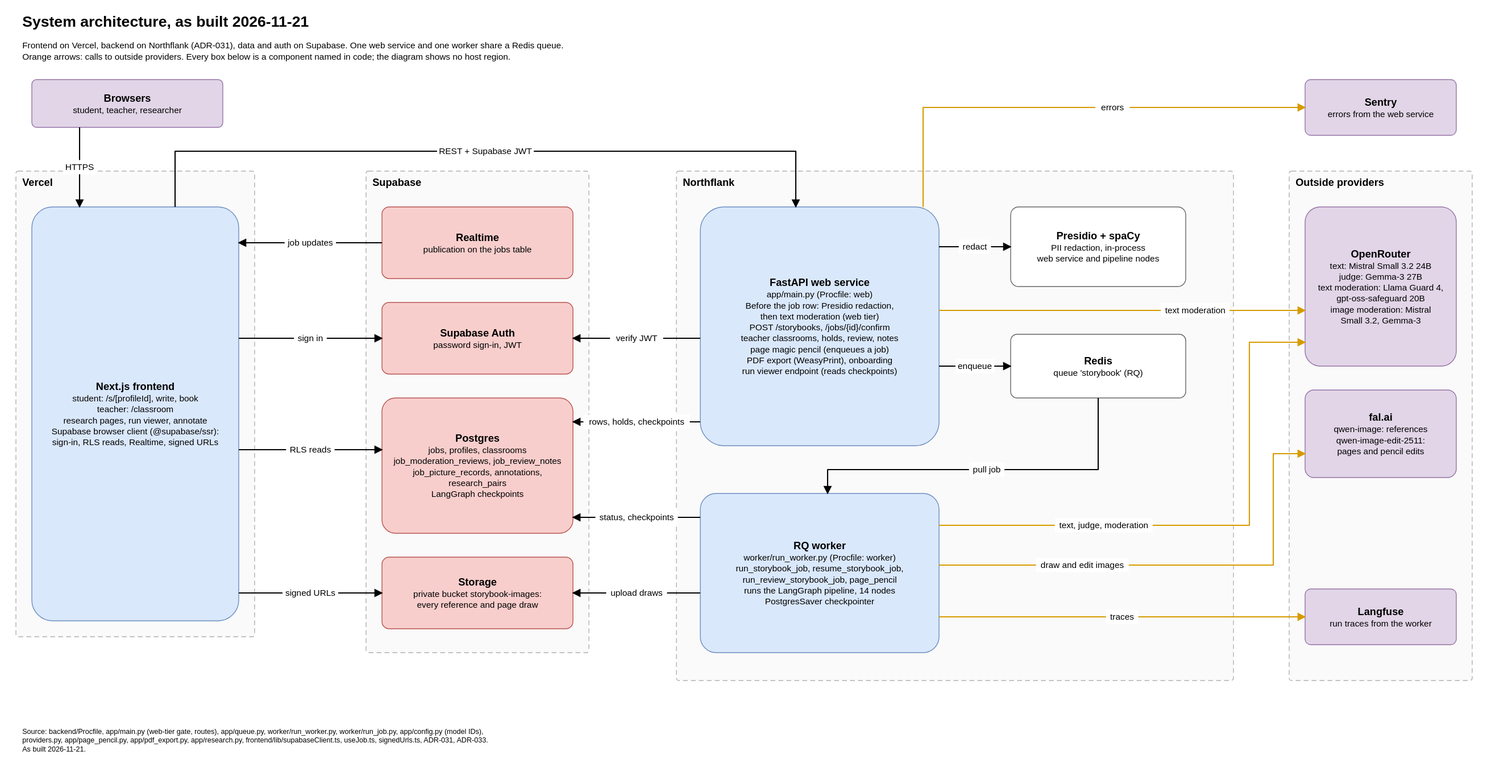
Above: docs/diagrams/drawio/system_architecture.drawio.svg in Hanseooo/story-buddy (draw.io), before the change. Source tidied: cells renumbered, new cells last; positions are measured from the earlier drawing's top-left corner, leaving out a move shared by most shapes.
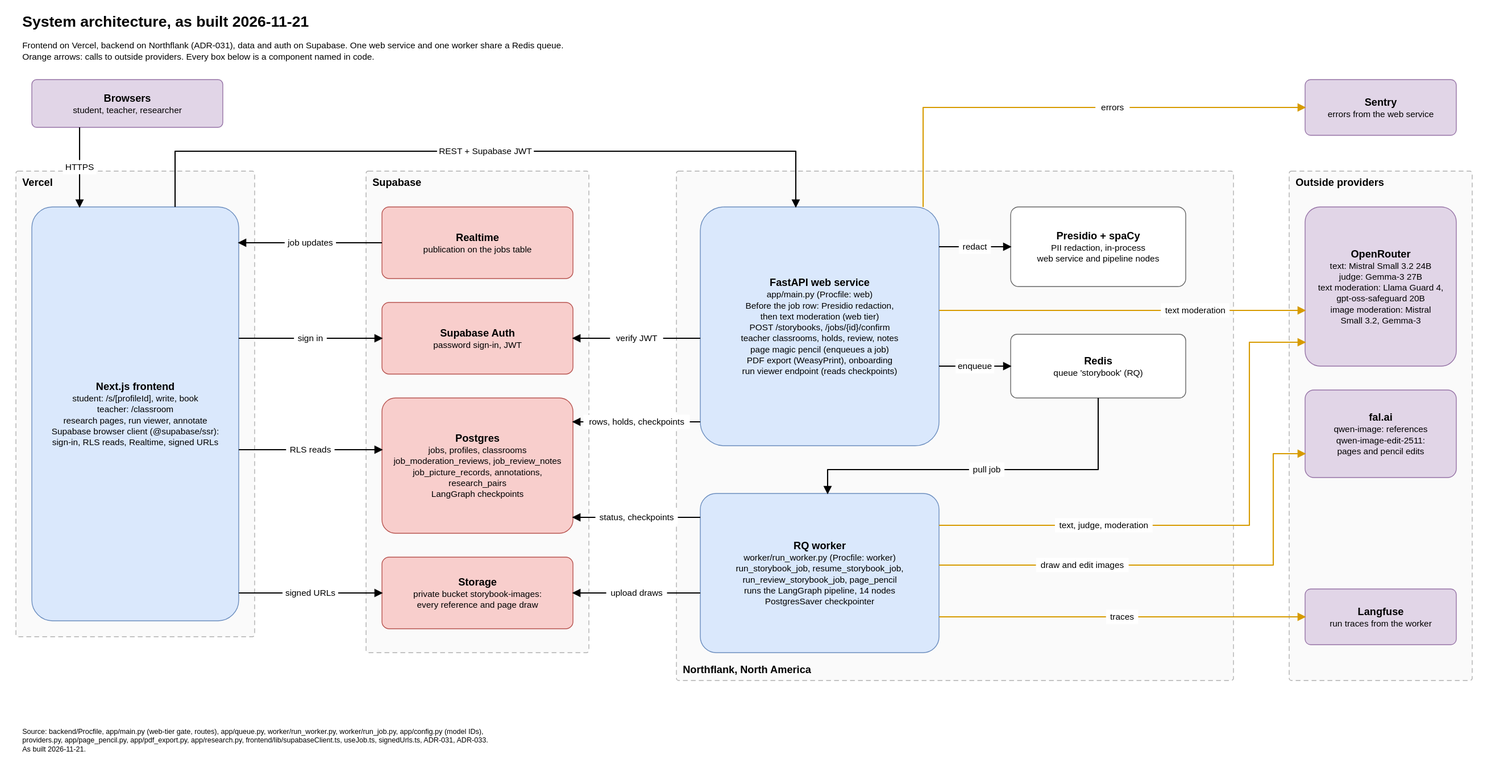
After the change.

Commit message:
docs: name the North America region on the system architecture diagram

The edit, as a diff of the source:
```diff
@@ -5,7 +5,7 @@
     <mxCell id="2" value="&lt;b&gt;&lt;font style=&quot;font-size: 19px;&quot;&gt;System architecture, as built 2026-11-21&lt;/font&gt;&lt;/b&gt;" style="text;html=1;whiteSpace=wrap;align=left;verticalAlign=middle;strokeColor=none;fillColor=none;fontSize=14;" parent="1" vertex="1">
       <mxGeometry width="900" height="30" as="geometry" />
     </mxCell>
-    <mxCell id="3" value="&lt;font style=&quot;font-size: 11px;&quot;&gt;Frontend on Vercel, backend on Northflank (ADR-031), data and auth on Supabase. One web service and one worker share a Redis queue.&lt;/font&gt;&lt;br&gt;&lt;font style=&quot;font-size: 11px;&quot;&gt;Orange arrows: calls to outside providers. Every box below is a component named in code; the diagram shows no host region.&lt;/font&gt;" style="text;html=1;whiteSpace=wrap;align=left;verticalAlign=middle;strokeColor=none;fillColor=none;fontSize=13;" parent="1" vertex="1">
+    <mxCell id="3" value="&lt;font style=&quot;font-size: 11px;&quot;&gt;Frontend on Vercel, backend on Northflank (ADR-031), data and auth on Supabase. One web service and one worker share a Redis queue.&lt;/font&gt;&lt;br&gt;&lt;font style=&quot;font-size: 11px;&quot;&gt;Orange arrows: calls to outside providers. Every box below is a component named in code.&lt;/font&gt;" style="text;html=1;whiteSpace=wrap;align=left;verticalAlign=middle;strokeColor=none;fillColor=none;fontSize=13;" parent="1" vertex="1">
       <mxGeometry y="32" width="1600" height="40" as="geometry" />
     </mxCell>
     <mxCell id="4" value="&lt;b&gt;Vercel&lt;/b&gt;" style="rounded=1;arcSize=3;whiteSpace=wrap;html=1;fillColor=#fafafa;strokeColor=#b0b0b0;fontSize=13;align=left;verticalAlign=top;fontColor=#000000;spacingLeft=8;spacingRight=8;spacingTop=4;dashed=1;dashPattern=6 4;verticalAlign=top;align=left;spacingLeft=10;spacingTop=4;fontStyle=1;fontColor=#555555;" parent="1" vertex="1">
@@ -14,7 +14,7 @@
     <mxCell id="5" value="&lt;b&gt;Supabase&lt;/b&gt;" style="rounded=1;arcSize=3;whiteSpace=wrap;html=1;fillColor=#fafafa;strokeColor=#b0b0b0;fontSize=13;align=left;verticalAlign=top;fontColor=#000000;spacingLeft=8;spacingRight=8;spacingTop=4;dashed=1;dashPattern=6 4;verticalAlign=top;align=left;spacingLeft=10;spacingTop=4;fontStyle=1;fontColor=#555555;" parent="1" vertex="1">
       <mxGeometry x="440" y="203" width="280" height="605" as="geometry" />
     </mxCell>
-    <mxCell id="6" value="&lt;b&gt;Northflank&lt;/b&gt;" style="rounded=1;arcSize=3;whiteSpace=wrap;html=1;fillColor=#fafafa;strokeColor=#b0b0b0;fontSize=13;align=left;verticalAlign=top;fontColor=#000000;spacingLeft=8;spacingRight=8;spacingTop=4;dashed=1;dashPattern=6 4;verticalAlign=top;align=left;spacingLeft=10;spacingTop=4;fontStyle=1;fontColor=#555555;" parent="1" vertex="1">
+    <mxCell id="6" value="&lt;b&gt;Northflank, North America&lt;/b&gt;" style="rounded=1;arcSize=3;whiteSpace=wrap;html=1;fillColor=#fafafa;strokeColor=#b0b0b0;fontSize=13;align=left;verticalAlign=top;fontColor=#000000;spacingLeft=8;spacingRight=8;spacingTop=4;dashed=1;dashPattern=6 4;verticalAlign=top;align=left;spacingLeft=10;spacingTop=4;fontStyle=1;fontColor=#555555;verticalAlign=bottom;spacingBottom=6;" parent="1" vertex="1">
       <mxGeometry x="830" y="203" width="700" height="640" as="geometry" />
     </mxCell>
     <mxCell id="7" value="&lt;b&gt;Outside providers&lt;/b&gt;" style="rounded=1;arcSize=3;whiteSpace=wrap;html=1;fillColor=#fafafa;strokeColor=#b0b0b0;fontSize=13;align=left;verticalAlign=top;fontColor=#000000;spacingLeft=8;spacingRight=8;spacingTop=4;dashed=1;dashPattern=6 4;verticalAlign=top;align=left;spacingLeft=10;spacingTop=4;fontStyle=1;fontColor=#555555;" parent="1" vertex="1">
```
